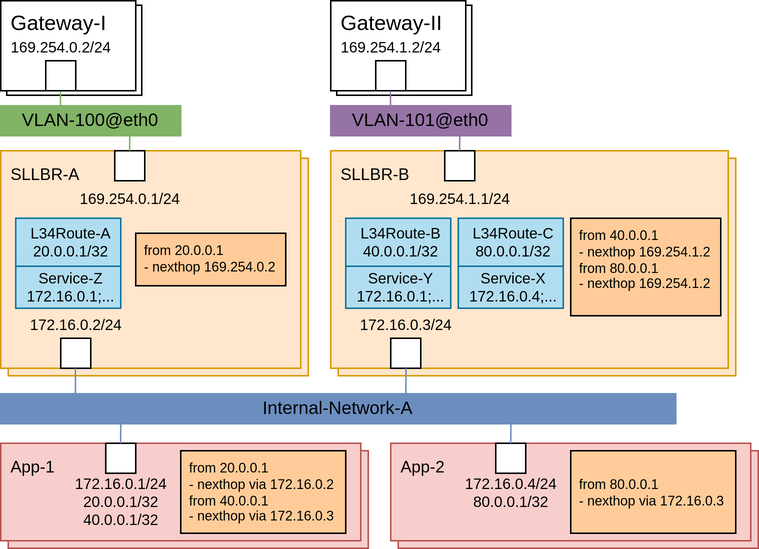
Earlier version of the draw.io export docs/resources/diagrams.deployment-Setup-2.png (LionelJouin/meridio-2.x). Source tidied: cells renumbered, new cells last; positions are measured from the earlier drawing's top-left corner, leaving out a move shared by most shapes. The source it was exported from:
```xml
<mxGraphModel>
  <root>
    <mxCell id="0" />
    <mxCell id="1" parent="0" />
    <mxCell id="2" value="Gateway-I" style="rounded=0;whiteSpace=wrap;html=1;labelBackgroundColor=none;fontSize=14;align=left;verticalAlign=top;spacingLeft=5;" parent="1" vertex="1">
      <mxGeometry x="4" y="3" width="90" height="60" as="geometry" />
    </mxCell>
    <mxCell id="3" value="Gateway-II" style="rounded=0;whiteSpace=wrap;html=1;labelBackgroundColor=none;fontSize=14;align=left;verticalAlign=top;spacingLeft=5;" parent="1" vertex="1">
      <mxGeometry x="224" y="3" width="90" height="60" as="geometry" />
    </mxCell>
    <mxCell id="4" value="&lt;font style=&quot;font-size: 11px&quot;&gt;Target&lt;/font&gt;" style="rounded=0;whiteSpace=wrap;html=1;labelBackgroundColor=none;fontSize=14;align=left;fillColor=#f8cecc;strokeColor=#b85450;verticalAlign=top;spacingLeft=5;" parent="1" vertex="1">
      <mxGeometry x="5" y="300" width="240" height="65" as="geometry" />
    </mxCell>
    <mxCell id="5" value="&lt;font&gt;&lt;span style=&quot;font-size: 11px&quot;&gt;SLLBR-A&lt;/span&gt;&lt;br&gt;&lt;/font&gt;" style="rounded=0;whiteSpace=wrap;html=1;labelBackgroundColor=none;fontSize=14;align=left;fillColor=#ffe6cc;strokeColor=#d79b00;verticalAlign=top;spacingLeft=5;" parent="1" vertex="1">
      <mxGeometry x="5" y="105" width="200" height="145" as="geometry" />
    </mxCell>
    <mxCell id="6" value="Gateway-I" style="rounded=0;whiteSpace=wrap;html=1;labelBackgroundColor=none;fontSize=14;align=left;verticalAlign=top;spacingLeft=5;" parent="1" vertex="1">
      <mxGeometry width="90" height="60" as="geometry" />
    </mxCell>
    <mxCell id="7" value="169.254.0.2/24" style="strokeColor=inherit;fillColor=inherit;gradientColor=inherit;shape=rect;points=[[0,0.5,0]];html=1;align=center;verticalAlign=bottom;labelPosition=center;verticalLabelPosition=top;labelBackgroundColor=none;fontSize=10;paart=1;direction=south;" parent="1" vertex="1">
      <mxGeometry x="30" y="40" width="20" height="20" as="geometry" />
    </mxCell>
    <mxCell id="8" style="endArrow=none;html=1;rounded=0;entryX=1.04;entryY=0.51;entryDx=0;entryDy=0;entryPerimeter=0;strokeColor=#82b366;fillColor=#d5e8d4;" parent="1" edge="1" target="7">
      <mxGeometry relative="1" as="geometry">
        <mxPoint x="40" y="90" as="sourcePoint" />
      </mxGeometry>
    </mxCell>
    <mxCell id="9" value="&lt;font&gt;&lt;span style=&quot;font-size: 11px&quot;&gt;SLLBR-A&lt;/span&gt;&lt;br&gt;&lt;/font&gt;" style="rounded=0;whiteSpace=wrap;html=1;labelBackgroundColor=none;fontSize=14;align=left;fillColor=#ffe6cc;strokeColor=#d79b00;verticalAlign=top;spacingLeft=5;" parent="1" vertex="1">
      <mxGeometry y="100" width="200" height="145" as="geometry" />
    </mxCell>
    <mxCell id="10" value="169.254.0.1/24" style="strokeColor=inherit;fillColor=inherit;gradientColor=inherit;shape=rect;html=1;align=center;verticalAlign=top;labelPosition=center;verticalLabelPosition=bottom;labelBackgroundColor=none;fontSize=10;paart=1;" parent="1" vertex="1">
      <mxGeometry x="76" y="100" width="20" height="20" as="geometry" />
    </mxCell>
    <mxCell id="11" value="&lt;span style=&quot;font-size: 11px;&quot;&gt;App-1&lt;/span&gt;" style="rounded=0;whiteSpace=wrap;html=1;labelBackgroundColor=none;fontSize=14;align=left;fillColor=#f8cecc;strokeColor=#b85450;verticalAlign=top;spacingLeft=5;" parent="1" vertex="1">
      <mxGeometry y="295" width="240" height="65" as="geometry" />
    </mxCell>
    <mxCell id="12" value="&lt;div&gt;172.16.0.1/24&lt;/div&gt;20.0.0.1/32&lt;div&gt;40.0.0.1/32&lt;/div&gt;" style="strokeColor=inherit;fillColor=inherit;gradientColor=inherit;shape=rect;html=1;align=center;verticalAlign=top;labelPosition=center;verticalLabelPosition=bottom;labelBackgroundColor=none;fontSize=10;paart=1;spacingTop=-5;" parent="1" vertex="1">
      <mxGeometry x="70" y="295" width="20" height="20" as="geometry" />
    </mxCell>
    <mxCell id="13" value="&lt;div&gt;172.16.0.2/24&lt;/div&gt;" style="strokeColor=inherit;fillColor=inherit;gradientColor=inherit;shape=rect;html=1;align=center;verticalAlign=bottom;labelPosition=center;verticalLabelPosition=top;labelBackgroundColor=none;fontSize=10;paart=1;direction=south;" parent="1" vertex="1">
      <mxGeometry x="40" y="225" width="20" height="20" as="geometry" />
    </mxCell>
    <mxCell id="14" value="&lt;span&gt;L34Route-A&lt;/span&gt;&lt;div&gt;&lt;span&gt;20.0.0.1/32&lt;/span&gt;&lt;/div&gt;" style="rounded=0;whiteSpace=wrap;html=1;labelBackgroundColor=none;fontSize=10;align=center;spacingLeft=4;labelPosition=center;verticalLabelPosition=middle;verticalAlign=middle;fillColor=#b1ddf0;strokeColor=#10739e;spacing=2;spacingTop=0;fontStyle=0;" parent="1" vertex="1">
      <mxGeometry x="10" y="145" width="70" height="32" as="geometry" />
    </mxCell>
    <mxCell id="15" value="&lt;span&gt;Service-Z&lt;/span&gt;&lt;div&gt;&lt;span&gt;172.16.0.1;...&lt;/span&gt;&lt;/div&gt;" style="rounded=0;whiteSpace=wrap;html=1;labelBackgroundColor=none;fontSize=10;align=center;spacingLeft=4;labelPosition=center;verticalLabelPosition=middle;verticalAlign=middle;fillColor=#b1ddf0;strokeColor=#10739e;spacing=2;spacingTop=0;fontStyle=0;" parent="1" vertex="1">
      <mxGeometry x="10" y="177" width="70" height="28" as="geometry" />
    </mxCell>
    <mxCell id="16" value="&lt;div style=&quot;&quot;&gt;&lt;span style=&quot;background-color: transparent; color: light-dark(rgb(0, 0, 0), rgb(255, 255, 255));&quot;&gt;&lt;font&gt;from 20.0.0.1&lt;/font&gt;&lt;/span&gt;&lt;/div&gt;&lt;div style=&quot;&quot;&gt;&lt;font&gt;&lt;span style=&quot;background-color: transparent; color: light-dark(rgb(0, 0, 0), rgb(255, 255, 255));&quot;&gt;- nexthop via 1&lt;/span&gt;&lt;span style=&quot;text-align: center; text-wrap-mode: nowrap; background-color: transparent; color: light-dark(rgb(0, 0, 0), rgb(255, 255, 255));&quot;&gt;72.16.0.2&lt;/span&gt;&lt;/font&gt;&lt;/div&gt;&lt;div style=&quot;&quot;&gt;&lt;font&gt;&lt;div&gt;&lt;span style=&quot;background-color: transparent; color: light-dark(rgb(0, 0, 0), rgb(255, 255, 255));&quot;&gt;from 40.0.0.1&lt;/span&gt;&lt;/div&gt;&lt;div&gt;&lt;span style=&quot;background-color: transparent; color: light-dark(rgb(0, 0, 0), rgb(255, 255, 255));&quot;&gt;- nexthop via 1&lt;/span&gt;&lt;span style=&quot;text-align: center; text-wrap-mode: nowrap; background-color: transparent; color: light-dark(rgb(0, 0, 0), rgb(255, 255, 255));&quot;&gt;72.16.0.3&lt;/span&gt;&lt;/div&gt;&lt;/font&gt;&lt;/div&gt;" style="rounded=0;whiteSpace=wrap;html=1;labelBackgroundColor=none;fontSize=9;align=left;spacingLeft=4;labelPosition=center;verticalLabelPosition=middle;verticalAlign=middle;fillColor=#FFCC99;" parent="1" vertex="1">
      <mxGeometry x="120" y="300" width="110" height="55" as="geometry" />
    </mxCell>
    <mxCell id="17" value="&lt;div style=&quot;font-size: 9px;&quot;&gt;&lt;span style=&quot;background-color: transparent; color: light-dark(rgb(0, 0, 0), rgb(255, 255, 255));&quot;&gt;from 20.0.0.1&lt;/span&gt;&lt;/div&gt;&lt;div style=&quot;font-size: 9px;&quot;&gt;- nexthop 169.254.0.2&lt;/div&gt;" style="rounded=0;whiteSpace=wrap;html=1;labelBackgroundColor=none;fontSize=9;align=left;spacingLeft=4;labelPosition=center;verticalLabelPosition=middle;verticalAlign=top;fillColor=#FFCC99;" parent="1" vertex="1">
      <mxGeometry x="90" y="155" width="100" height="35" as="geometry" />
    </mxCell>
    <mxCell id="18" style="endArrow=none;html=1;rounded=0;strokeColor=#82b366;fillColor=#d5e8d4;" parent="1" edge="1">
      <mxGeometry relative="1" as="geometry">
        <mxPoint x="85.9" y="100" as="sourcePoint" />
        <mxPoint x="86.1" y="80" as="targetPoint" />
      </mxGeometry>
    </mxCell>
    <mxCell id="19" style="endArrow=none;html=1;rounded=0;entryX=1.04;entryY=0.51;entryDx=0;entryDy=0;entryPerimeter=0;strokeColor=#6c8ebf;fillColor=#dae8fc;" parent="1" edge="1">
      <mxGeometry relative="1" as="geometry">
        <mxPoint x="49.8" y="274" as="sourcePoint" />
        <mxPoint x="49.8" y="245" as="targetPoint" />
      </mxGeometry>
    </mxCell>
    <mxCell id="20" style="endArrow=none;html=1;rounded=0;strokeColor=#6c8ebf;fillColor=#dae8fc;" parent="1" edge="1">
      <mxGeometry relative="1" as="geometry">
        <mxPoint x="79.9" y="295" as="sourcePoint" />
        <mxPoint x="80.1" y="275" as="targetPoint" />
      </mxGeometry>
    </mxCell>
    <mxCell id="21" value="VLAN-100@eth0" style="rounded=0;whiteSpace=wrap;html=1;fillColor=#82B366;strokeColor=#82b366;" parent="1" vertex="1">
      <mxGeometry y="70" width="120" height="20" as="geometry" />
    </mxCell>
    <mxCell id="22" value="Internal-Network-A" style="rounded=0;whiteSpace=wrap;html=1;fillColor=#6C8EBF;strokeColor=#6c8ebf;" parent="1" vertex="1">
      <mxGeometry y="262" width="450" height="20" as="geometry" />
    </mxCell>
    <mxCell id="23" value="&lt;font&gt;&lt;span style=&quot;font-size: 11px&quot;&gt;SLLBR-A&lt;/span&gt;&lt;br&gt;&lt;/font&gt;" style="rounded=0;whiteSpace=wrap;html=1;labelBackgroundColor=none;fontSize=14;align=left;fillColor=#ffe6cc;strokeColor=#d79b00;verticalAlign=top;spacingLeft=5;" parent="1" vertex="1">
      <mxGeometry x="225" y="105" width="265" height="145" as="geometry" />
    </mxCell>
    <mxCell id="24" value="Gateway-II" style="rounded=0;whiteSpace=wrap;html=1;labelBackgroundColor=none;fontSize=14;align=left;verticalAlign=top;spacingLeft=5;" parent="1" vertex="1">
      <mxGeometry x="220" width="90" height="60" as="geometry" />
    </mxCell>
    <mxCell id="25" value="169.254.1.2/24" style="strokeColor=inherit;fillColor=inherit;gradientColor=inherit;shape=rect;points=[[0,0.5,0]];html=1;align=center;verticalAlign=bottom;labelPosition=center;verticalLabelPosition=top;labelBackgroundColor=none;fontSize=10;paart=1;direction=south;" parent="1" vertex="1">
      <mxGeometry x="250" y="40" width="20" height="20" as="geometry" />
    </mxCell>
    <mxCell id="26" style="endArrow=none;html=1;rounded=0;entryX=1.04;entryY=0.51;entryDx=0;entryDy=0;entryPerimeter=0;strokeColor=#9673a6;fillColor=#e1d5e7;" parent="1" edge="1" target="25">
      <mxGeometry relative="1" as="geometry">
        <mxPoint x="260" y="90" as="sourcePoint" />
      </mxGeometry>
    </mxCell>
    <mxCell id="27" value="&lt;font&gt;&lt;span style=&quot;font-size: 11px&quot;&gt;SLLBR-B&lt;/span&gt;&lt;br&gt;&lt;/font&gt;" style="rounded=0;whiteSpace=wrap;html=1;labelBackgroundColor=none;fontSize=14;align=left;fillColor=#ffe6cc;strokeColor=#d79b00;verticalAlign=top;spacingLeft=5;" parent="1" vertex="1">
      <mxGeometry x="220" y="100" width="265" height="145" as="geometry" />
    </mxCell>
    <mxCell id="28" value="169.254.1.1/24" style="strokeColor=inherit;fillColor=inherit;gradientColor=inherit;shape=rect;html=1;align=center;verticalAlign=top;labelPosition=center;verticalLabelPosition=bottom;labelBackgroundColor=none;fontSize=10;paart=1;" parent="1" vertex="1">
      <mxGeometry x="296" y="100" width="20" height="20" as="geometry" />
    </mxCell>
    <mxCell id="29" value="&lt;div&gt;172.16.0.3/24&lt;/div&gt;" style="strokeColor=inherit;fillColor=inherit;gradientColor=inherit;shape=rect;html=1;align=center;verticalAlign=bottom;labelPosition=center;verticalLabelPosition=top;labelBackgroundColor=none;fontSize=10;paart=1;direction=south;" parent="1" vertex="1">
      <mxGeometry x="260" y="225" width="20" height="20" as="geometry" />
    </mxCell>
    <mxCell id="30" value="&lt;span&gt;L34Route-B&lt;/span&gt;&lt;div&gt;&lt;span&gt;40.0.0.1/32&lt;/span&gt;&lt;/div&gt;" style="rounded=0;whiteSpace=wrap;html=1;labelBackgroundColor=none;fontSize=10;align=center;spacingLeft=4;labelPosition=center;verticalLabelPosition=middle;verticalAlign=middle;fillColor=#b1ddf0;strokeColor=#10739e;spacing=2;spacingTop=0;fontStyle=0;" parent="1" vertex="1">
      <mxGeometry x="230" y="145" width="70" height="32" as="geometry" />
    </mxCell>
    <mxCell id="31" value="&lt;span&gt;Service-Y&lt;/span&gt;&lt;div&gt;&lt;span&gt;172.16.0.1;...&lt;/span&gt;&lt;/div&gt;" style="rounded=0;whiteSpace=wrap;html=1;labelBackgroundColor=none;fontSize=10;align=center;spacingLeft=4;labelPosition=center;verticalLabelPosition=middle;verticalAlign=middle;fillColor=#b1ddf0;strokeColor=#10739e;spacing=2;spacingTop=0;fontStyle=0;" parent="1" vertex="1">
      <mxGeometry x="230" y="177" width="70" height="28" as="geometry" />
    </mxCell>
    <mxCell id="32" value="&lt;div style=&quot;font-size: 9px;&quot;&gt;&lt;span style=&quot;background-color: transparent; color: light-dark(rgb(0, 0, 0), rgb(255, 255, 255));&quot;&gt;from 40.0.0.1&lt;/span&gt;&lt;/div&gt;&lt;div style=&quot;font-size: 9px;&quot;&gt;- nexthop 169.254.1.2&lt;/div&gt;&lt;div style=&quot;font-size: 9px;&quot;&gt;&lt;div&gt;&lt;span style=&quot;background-color: transparent; color: light-dark(rgb(0, 0, 0), rgb(255, 255, 255));&quot;&gt;from 80.0.0.1&lt;/span&gt;&lt;/div&gt;&lt;div&gt;- nexthop 169.254.1.2&lt;/div&gt;&lt;/div&gt;" style="rounded=0;whiteSpace=wrap;html=1;labelBackgroundColor=none;fontSize=9;align=left;spacingLeft=4;labelPosition=center;verticalLabelPosition=middle;verticalAlign=top;fillColor=#FFCC99;" parent="1" vertex="1">
      <mxGeometry x="380" y="145" width="100" height="65" as="geometry" />
    </mxCell>
    <mxCell id="33" style="endArrow=none;html=1;rounded=0;strokeColor=#9673a6;fillColor=#e1d5e7;" parent="1" edge="1">
      <mxGeometry relative="1" as="geometry">
        <mxPoint x="305.9" y="100" as="sourcePoint" />
        <mxPoint x="306.1" y="80" as="targetPoint" />
      </mxGeometry>
    </mxCell>
    <mxCell id="34" value="VLAN-101@eth0" style="rounded=0;whiteSpace=wrap;html=1;fillColor=#9673A6;strokeColor=#9673a6;" parent="1" vertex="1">
      <mxGeometry x="220" y="70" width="120" height="20" as="geometry" />
    </mxCell>
    <mxCell id="35" style="endArrow=none;html=1;rounded=0;strokeColor=#6c8ebf;fillColor=#dae8fc;" parent="1" edge="1">
      <mxGeometry relative="1" as="geometry">
        <mxPoint x="270" y="265" as="sourcePoint" />
        <mxPoint x="270.2" y="245" as="targetPoint" />
      </mxGeometry>
    </mxCell>
    <mxCell id="36" value="&lt;font style=&quot;font-size: 11px&quot;&gt;Target&lt;/font&gt;" style="rounded=0;whiteSpace=wrap;html=1;labelBackgroundColor=none;fontSize=14;align=left;fillColor=#f8cecc;strokeColor=#b85450;verticalAlign=top;spacingLeft=5;" parent="1" vertex="1">
      <mxGeometry x="265" y="300" width="240" height="65" as="geometry" />
    </mxCell>
    <mxCell id="37" value="&lt;span style=&quot;font-size: 11px;&quot;&gt;App-2&lt;/span&gt;" style="rounded=0;whiteSpace=wrap;html=1;labelBackgroundColor=none;fontSize=14;align=left;fillColor=#f8cecc;strokeColor=#b85450;verticalAlign=top;spacingLeft=5;" parent="1" vertex="1">
      <mxGeometry x="260" y="295" width="240" height="65" as="geometry" />
    </mxCell>
    <mxCell id="38" value="&lt;div&gt;172.16.0.4/24&lt;/div&gt;&lt;div&gt;80.0.0.1/32&lt;/div&gt;" style="strokeColor=inherit;fillColor=inherit;gradientColor=inherit;shape=rect;html=1;align=center;verticalAlign=top;labelPosition=center;verticalLabelPosition=bottom;labelBackgroundColor=none;fontSize=10;paart=1;spacingTop=-5;" parent="1" vertex="1">
      <mxGeometry x="330" y="295" width="20" height="20" as="geometry" />
    </mxCell>
    <mxCell id="39" value="&lt;div style=&quot;&quot;&gt;&lt;span style=&quot;background-color: transparent; color: light-dark(rgb(0, 0, 0), rgb(255, 255, 255)); text-align: center; text-wrap-mode: nowrap;&quot;&gt;from 80.0.0.1&lt;/span&gt;&lt;/div&gt;&lt;div style=&quot;&quot;&gt;&lt;font&gt;&lt;span style=&quot;text-align: center; text-wrap-mode: nowrap; background-color: transparent; color: light-dark(rgb(0, 0, 0), rgb(255, 255, 255));&quot;&gt;- nexthop via 172.16.0.3&lt;/span&gt;&lt;/font&gt;&lt;/div&gt;" style="rounded=0;whiteSpace=wrap;html=1;labelBackgroundColor=none;fontSize=9;align=left;spacingLeft=4;labelPosition=center;verticalLabelPosition=middle;verticalAlign=middle;fillColor=#FFCC99;" parent="1" vertex="1">
      <mxGeometry x="380" y="300" width="110" height="55" as="geometry" />
    </mxCell>
    <mxCell id="40" style="endArrow=none;html=1;rounded=0;strokeColor=#6c8ebf;fillColor=#dae8fc;" parent="1" edge="1">
      <mxGeometry relative="1" as="geometry">
        <mxPoint x="340" y="295" as="sourcePoint" />
        <mxPoint x="340.2" y="275" as="targetPoint" />
      </mxGeometry>
    </mxCell>
    <mxCell id="41" value="&lt;span&gt;L34Route-C&lt;/span&gt;&lt;div&gt;&lt;span&gt;80.0.0.1/32&lt;/span&gt;&lt;/div&gt;" style="rounded=0;whiteSpace=wrap;html=1;labelBackgroundColor=none;fontSize=10;align=center;spacingLeft=4;labelPosition=center;verticalLabelPosition=middle;verticalAlign=middle;fillColor=#b1ddf0;strokeColor=#10739e;spacing=2;spacingTop=0;fontStyle=0;" parent="1" vertex="1">
      <mxGeometry x="305" y="145" width="70" height="32" as="geometry" />
    </mxCell>
    <mxCell id="42" value="&lt;span&gt;Service-X&lt;/span&gt;&lt;div&gt;&lt;span&gt;172.16.0.4;...&lt;/span&gt;&lt;/div&gt;" style="rounded=0;whiteSpace=wrap;html=1;labelBackgroundColor=none;fontSize=10;align=center;spacingLeft=4;labelPosition=center;verticalLabelPosition=middle;verticalAlign=middle;fillColor=#b1ddf0;strokeColor=#10739e;spacing=2;spacingTop=0;fontStyle=0;" parent="1" vertex="1">
      <mxGeometry x="305" y="177" width="70" height="28" as="geometry" />
    </mxCell>
  </root>
</mxGraphModel>
```
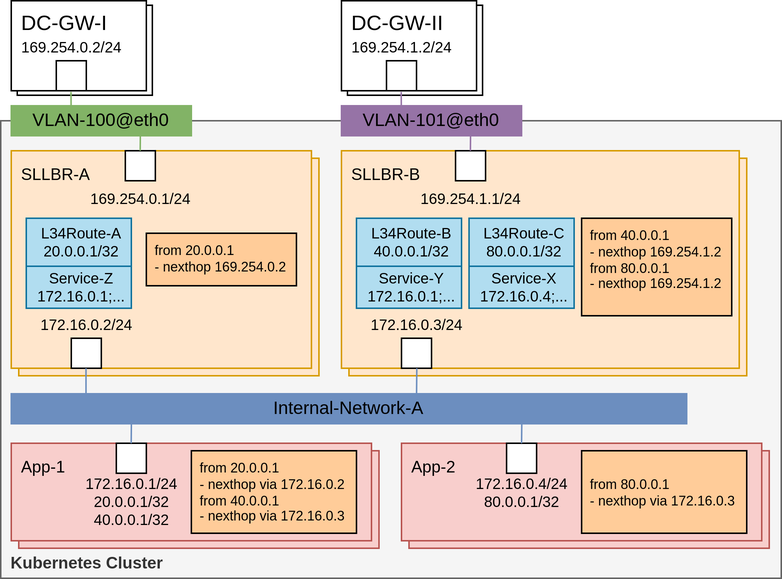
The same diagram one commit later.

Commit message:
Fix picture: DC-GW instead of Gateway

Diff of the diagram source:
```diff
@@ -2,6 +2,9 @@
   <root>
     <mxCell id="0" />
     <mxCell id="1" parent="0" />
+    <mxCell id="43" value="&lt;font&gt;&lt;span style=&quot;font-size: 11px&quot;&gt;&lt;b&gt;Kubernetes Cluster&lt;/b&gt;&lt;/span&gt;&lt;br&gt;&lt;/font&gt;" style="rounded=0;whiteSpace=wrap;html=1;labelBackgroundColor=none;fontSize=14;align=left;fillColor=#F5F5F5;strokeColor=#666666;verticalAlign=bottom;spacingLeft=5;fontColor=#333333;" parent="1" vertex="1">
+      <mxGeometry x="-7" y="80" width="520" height="305" as="geometry" />
+    </mxCell>
     <mxCell id="2" value="Gateway-I" style="rounded=0;whiteSpace=wrap;html=1;labelBackgroundColor=none;fontSize=14;align=left;verticalAlign=top;spacingLeft=5;" parent="1" vertex="1">
       <mxGeometry x="4" y="3" width="90" height="60" as="geometry" />
     </mxCell>
@@ -14,7 +17,7 @@
     <mxCell id="5" value="&lt;font&gt;&lt;span style=&quot;font-size: 11px&quot;&gt;SLLBR-A&lt;/span&gt;&lt;br&gt;&lt;/font&gt;" style="rounded=0;whiteSpace=wrap;html=1;labelBackgroundColor=none;fontSize=14;align=left;fillColor=#ffe6cc;strokeColor=#d79b00;verticalAlign=top;spacingLeft=5;" parent="1" vertex="1">
       <mxGeometry x="5" y="105" width="200" height="145" as="geometry" />
     </mxCell>
-    <mxCell id="6" value="Gateway-I" style="rounded=0;whiteSpace=wrap;html=1;labelBackgroundColor=none;fontSize=14;align=left;verticalAlign=top;spacingLeft=5;" parent="1" vertex="1">
+    <mxCell id="6" value="DC-GW-I" style="rounded=0;whiteSpace=wrap;html=1;labelBackgroundColor=none;fontSize=14;align=left;verticalAlign=top;spacingLeft=5;" parent="1" vertex="1">
       <mxGeometry width="90" height="60" as="geometry" />
     </mxCell>
     <mxCell id="7" value="169.254.0.2/24" style="strokeColor=inherit;fillColor=inherit;gradientColor=inherit;shape=rect;points=[[0,0.5,0]];html=1;align=center;verticalAlign=bottom;labelPosition=center;verticalLabelPosition=top;labelBackgroundColor=none;fontSize=10;paart=1;direction=south;" parent="1" vertex="1">
@@ -79,7 +82,7 @@
     <mxCell id="23" value="&lt;font&gt;&lt;span style=&quot;font-size: 11px&quot;&gt;SLLBR-A&lt;/span&gt;&lt;br&gt;&lt;/font&gt;" style="rounded=0;whiteSpace=wrap;html=1;labelBackgroundColor=none;fontSize=14;align=left;fillColor=#ffe6cc;strokeColor=#d79b00;verticalAlign=top;spacingLeft=5;" parent="1" vertex="1">
       <mxGeometry x="225" y="105" width="265" height="145" as="geometry" />
     </mxCell>
-    <mxCell id="24" value="Gateway-II" style="rounded=0;whiteSpace=wrap;html=1;labelBackgroundColor=none;fontSize=14;align=left;verticalAlign=top;spacingLeft=5;" parent="1" vertex="1">
+    <mxCell id="24" value="DC-GW-II" style="rounded=0;whiteSpace=wrap;html=1;labelBackgroundColor=none;fontSize=14;align=left;verticalAlign=top;spacingLeft=5;" parent="1" vertex="1">
       <mxGeometry x="220" width="90" height="60" as="geometry" />
     </mxCell>
     <mxCell id="25" value="169.254.1.2/24" style="strokeColor=inherit;fillColor=inherit;gradientColor=inherit;shape=rect;points=[[0,0.5,0]];html=1;align=center;verticalAlign=bottom;labelPosition=center;verticalLabelPosition=top;labelBackgroundColor=none;fontSize=10;paart=1;direction=south;" parent="1" vertex="1">
```
